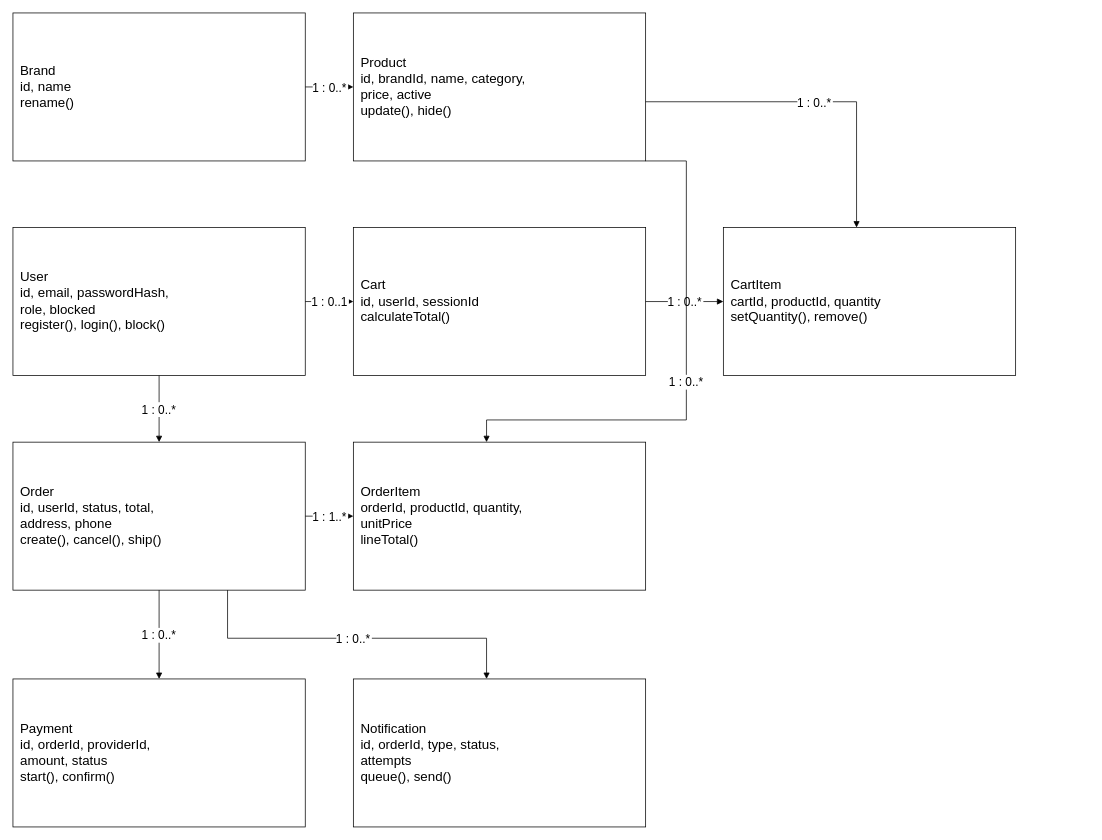
Earlier version of the draw.io diagram docs/5-classes.drawio (mkad1roman-stack/se2-kadin). Source tidied: cells renumbered, new cells numbered last; positions are measured from the earlier drawing's top-left corner, leaving out a move shared by most shapes. Both pictures are drawn from the tidied source at 74%, with x=0, y=0 at pixel (13, 13).
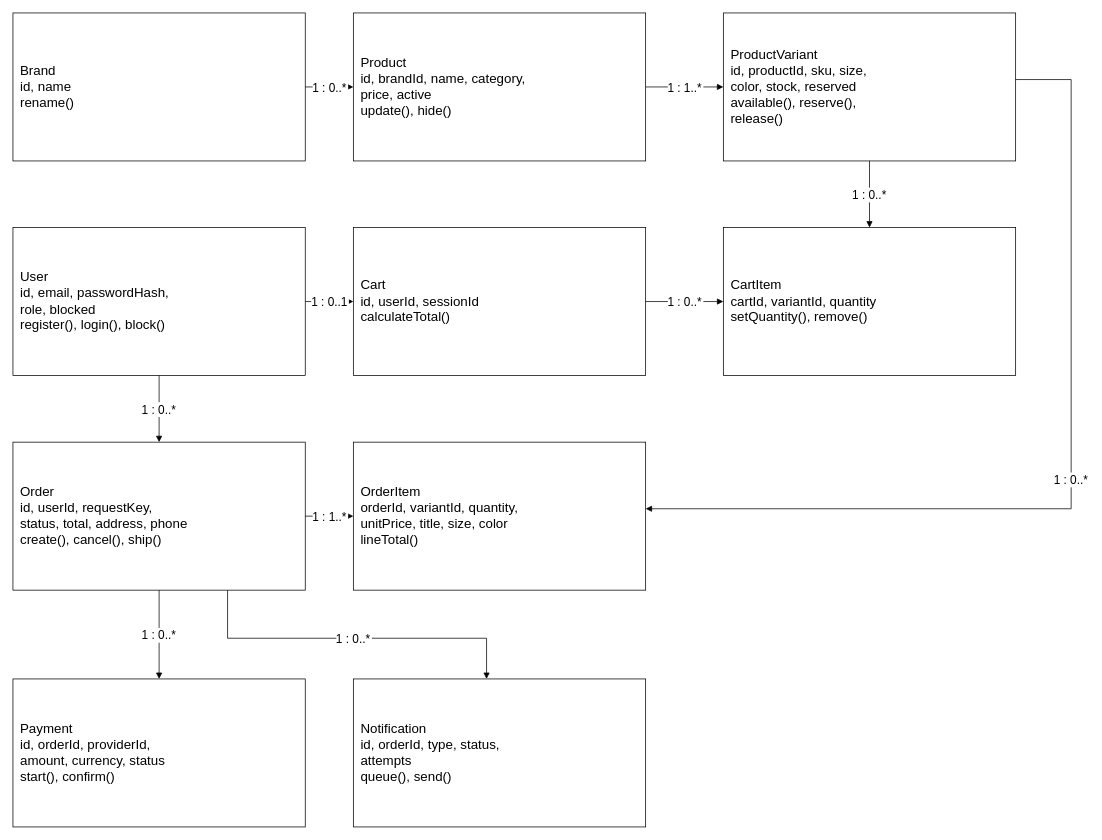
Above is the later version.

Unchanged cells that the change refers to:
```xml
<mxCell id="4" value="Product&#10;id, brandId, name, category,&#10;price, active&#10;update(), hide()" style="rounded=0;whiteSpace=wrap;html=0;fillColor=#ffffff;strokeColor=#000000;fontColor=#000000;fontSize=18;align=left;spacing=10;" parent="1" vertex="1">
  <mxGeometry x="460" width="395" height="200" as="geometry" />
</mxCell>
```

Change to the diagram source:
```diff
@@
+    <mxCell id="20" value="ProductVariant&#10;id, productId, sku, size,&#10;color, stock, reserved&#10;available(), reserve(),&#10;release()" style="rounded=0;whiteSpace=wrap;html=0;fillColor=#ffffff;strokeColor=#000000;fontColor=#000000;fontSize=18;align=left;spacing=10;" parent="1" vertex="1">
+      <mxGeometry x="960" width="395" height="200" as="geometry" />
+    </mxCell>
@@
-    <mxCell id="6" value="CartItem&#10;cartId, productId, quantity&#10;setQuantity(), remove()" style="rounded=0;whiteSpace=wrap;html=0;fillColor=#ffffff;strokeColor=#000000;fontColor=#000000;fontSize=18;align=left;spacing=10;" parent="1" vertex="1">
+    <mxCell id="6" value="CartItem&#10;cartId, variantId, quantity&#10;setQuantity(), remove()" style="rounded=0;whiteSpace=wrap;html=0;fillColor=#ffffff;strokeColor=#000000;fontColor=#000000;fontSize=18;align=left;spacing=10;" parent="1" vertex="1">
       <mxGeometry x="960" y="290" width="395" height="200" as="geometry" />
     </mxCell>
-    <mxCell id="7" value="Order&#10;id, userId, status, total,&#10;address, phone&#10;create(), cancel(), ship()" style="rounded=0;whiteSpace=wrap;html=0;fillColor=#ffffff;strokeColor=#000000;fontColor=#000000;fontSize=18;align=left;spacing=10;" parent="1" vertex="1">
+    <mxCell id="7" value="Order&#10;id, userId, requestKey,&#10;status, total, address, phone&#10;create(), cancel(), ship()" style="rounded=0;whiteSpace=wrap;html=0;fillColor=#ffffff;strokeColor=#000000;fontColor=#000000;fontSize=18;align=left;spacing=10;" parent="1" vertex="1">
       <mxGeometry y="580" width="395" height="200" as="geometry" />
     </mxCell>
-    <mxCell id="8" value="OrderItem&#10;orderId, productId, quantity,&#10;unitPrice&#10;lineTotal()" style="rounded=0;whiteSpace=wrap;html=0;fillColor=#ffffff;strokeColor=#000000;fontColor=#000000;fontSize=18;align=left;spacing=10;" parent="1" vertex="1">
+    <mxCell id="8" value="OrderItem&#10;orderId, variantId, quantity,&#10;unitPrice, title, size, color&#10;lineTotal()" style="rounded=0;whiteSpace=wrap;html=0;fillColor=#ffffff;strokeColor=#000000;fontColor=#000000;fontSize=18;align=left;spacing=10;" parent="1" vertex="1">
       <mxGeometry x="460" y="580" width="395" height="200" as="geometry" />
     </mxCell>
-    <mxCell id="9" value="Payment&#10;id, orderId, providerId,&#10;amount, status&#10;start(), confirm()" style="rounded=0;whiteSpace=wrap;html=0;fillColor=#ffffff;strokeColor=#000000;fontColor=#000000;fontSize=18;align=left;spacing=10;" parent="1" vertex="1">
+    <mxCell id="9" value="Payment&#10;id, orderId, providerId,&#10;amount, currency, status&#10;start(), confirm()" style="rounded=0;whiteSpace=wrap;html=0;fillColor=#ffffff;strokeColor=#000000;fontColor=#000000;fontSize=18;align=left;spacing=10;" parent="1" vertex="1">
       <mxGeometry y="900" width="395" height="200" as="geometry" />
     </mxCell>
@@
-    <mxCell id="18" value="1 : 0..*" style="edgeStyle=orthogonalEdgeStyle;rounded=0;html=0;endArrow=block;endFill=1;strokeColor=#000000;fontColor=#000000;fontSize=16;" parent="1" edge="1" source="4" target="6">
-      <mxGeometry relative="1" as="geometry">
-        <Array as="points">
-          <mxPoint x="1140" y="120" />
-        </Array>
-      </mxGeometry>
+    <mxCell id="18" value="1 : 1..*" style="edgeStyle=orthogonalEdgeStyle;rounded=0;html=0;endArrow=block;endFill=1;strokeColor=#000000;fontColor=#000000;fontSize=16;" parent="1" edge="1" source="4" target="20">
+      <mxGeometry relative="1" as="geometry" />
     </mxCell>
-    <mxCell id="19" value="1 : 0..*" style="edgeStyle=orthogonalEdgeStyle;rounded=0;html=0;endArrow=block;endFill=1;strokeColor=#000000;fontColor=#000000;fontSize=16;" parent="1" edge="1" source="4" target="8">
-      <mxGeometry relative="1" as="geometry">
-        <Array as="points">
-          <mxPoint x="910" y="200" />
-          <mxPoint x="910" y="550" />
-          <mxPoint x="640" y="550" />
-        </Array>
-      </mxGeometry>
+    <mxCell id="19" value="1 : 0..*" style="edgeStyle=orthogonalEdgeStyle;rounded=0;html=0;endArrow=block;endFill=1;strokeColor=#000000;fontColor=#000000;fontSize=16;" parent="1" edge="1" source="20" target="6">
+      <mxGeometry relative="1" as="geometry" />
     </mxCell>
+    <mxCell id="21" value="1 : 0..*" style="edgeStyle=orthogonalEdgeStyle;rounded=0;html=0;endArrow=block;endFill=1;strokeColor=#000000;fontColor=#000000;fontSize=16;" parent="1" edge="1" source="20" target="8">
+      <mxGeometry relative="1" as="geometry">
+        <Array as="points">
+          <mxPoint x="1430" y="90" />
+          <mxPoint x="1430" y="670" />
+        </Array>
+      </mxGeometry>
+    </mxCell>
```
